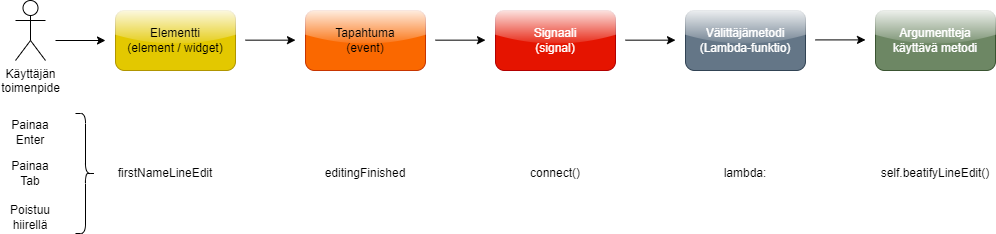
Earlier version of the draw.io export Docs/Pictures/SignalSlotLambda.drawio.png (VilleSysinoro/PythonYmparisto). Source tidied: cells renumbered, new cells last; positions are measured from the earlier drawing's top-left corner, leaving out a move shared by most shapes.
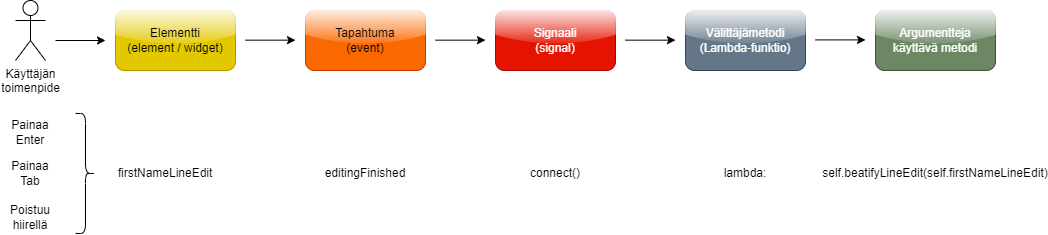
The same diagram one commit later.

Commit message:
Lisätty puuttuva argumentti

Diff of the diagram source:
```diff
@@ -59,7 +59,7 @@
     <mxCell id="16" value="connect()" style="text;html=1;align=center;verticalAlign=middle;whiteSpace=wrap;rounded=0;" parent="1" vertex="1">
       <mxGeometry x="525" y="158" width="60" height="30" as="geometry" />
     </mxCell>
-    <mxCell id="17" value="self.beatifyLineEdit()" style="text;html=1;align=center;verticalAlign=middle;whiteSpace=wrap;rounded=0;" parent="1" vertex="1">
+    <mxCell id="17" value="self.beatifyLineEdit(self.firstNameLineEdit)" style="text;html=1;align=center;verticalAlign=middle;whiteSpace=wrap;rounded=0;" parent="1" vertex="1">
       <mxGeometry x="905" y="158" width="60" height="30" as="geometry" />
     </mxCell>
     <mxCell id="18" style="shape=curlyBracket;whiteSpace=wrap;html=1;rounded=1;flipH=1;labelPosition=right;verticalLabelPosition=middle;align=left;verticalAlign=middle;" parent="1" vertex="1">
```
